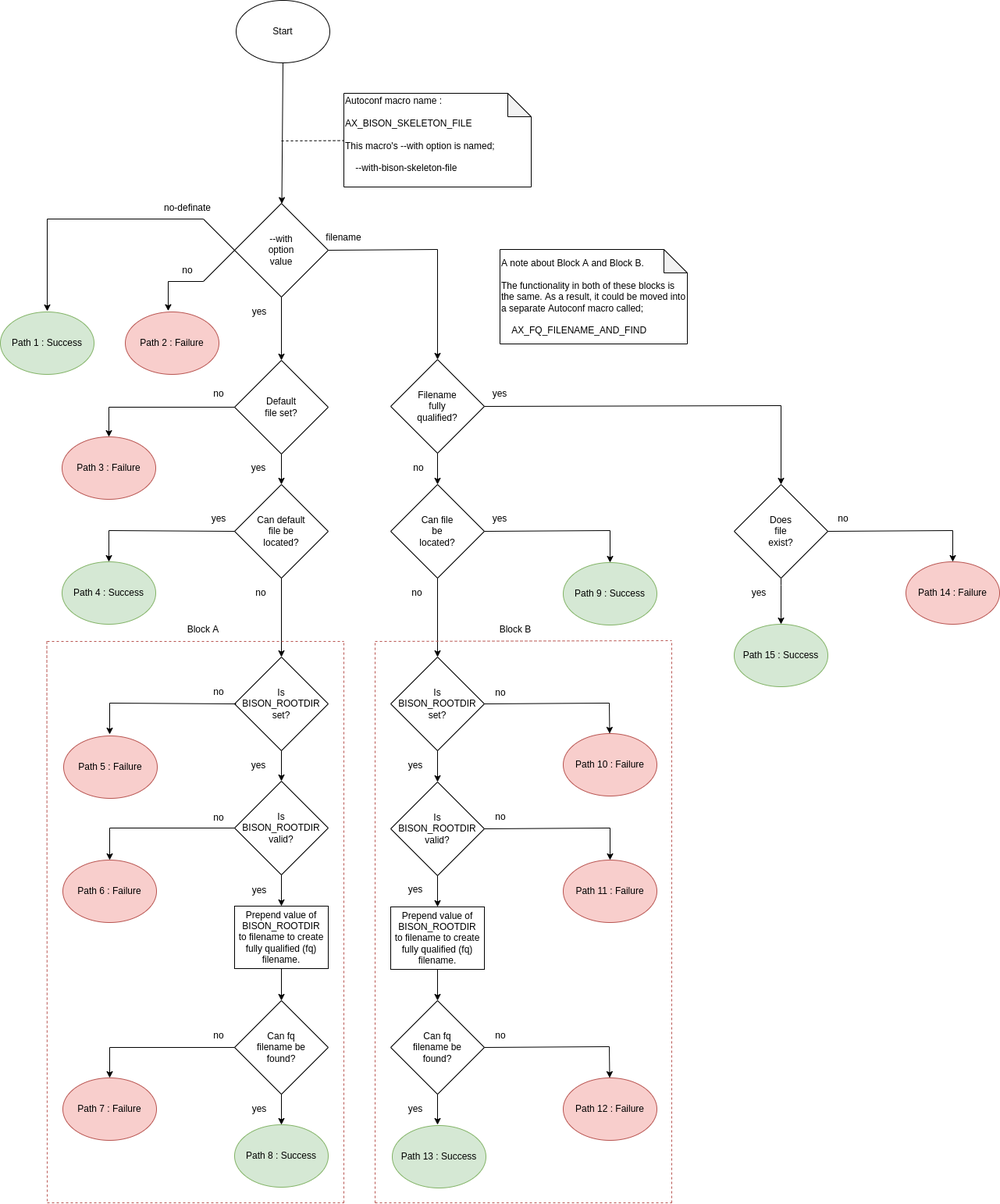
The draw.io diagram images/flowchart.png in c-sanders/AutoconfMacro-BisonSkeleton, before a commit. Source tidied: cells renumbered, new cells last; positions are measured from the earlier drawing's top-left corner, leaving out a move shared by most shapes.
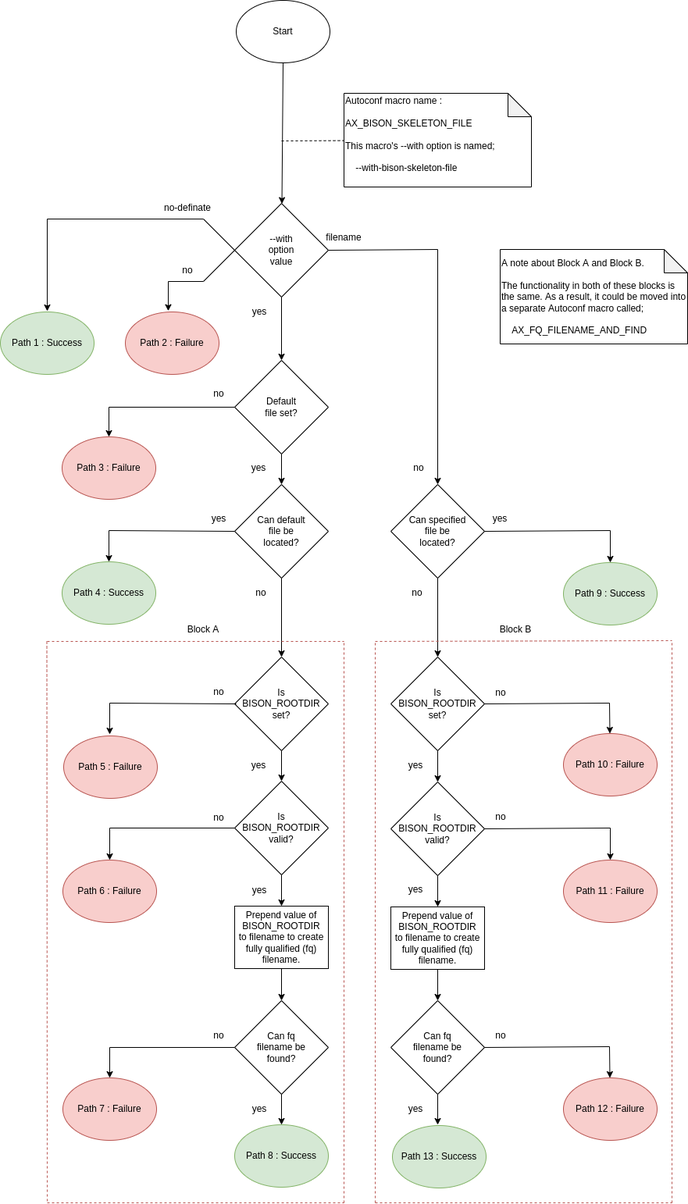
Later version of the same file.

What changed in the source:
```diff
@@ -119,55 +119,19 @@
     <mxCell id="32" value="yes" style="text;html=1;strokeColor=none;fillColor=none;align=center;verticalAlign=middle;whiteSpace=wrap;rounded=0;" parent="1" vertex="1">
       <mxGeometry x="301" y="584" width="60" height="30" as="geometry" />
     </mxCell>
-    <mxCell id="33" value="Filename&lt;br&gt;fully&lt;br&gt;qualified?" style="rhombus;whiteSpace=wrap;html=1;" parent="1" vertex="1">
-      <mxGeometry x="500" y="460" width="120" height="120" as="geometry" />
-    </mxCell>
-    <mxCell id="34" style="endArrow=classic;html=1;rounded=0;exitX=1;exitY=0.5;exitDx=0;exitDy=0;entryX=0.5;entryY=0;entryDx=0;entryDy=0;" parent="1" edge="1" source="2" target="33">
+    <mxCell id="34" style="endArrow=classic;html=1;rounded=0;exitX=1;exitY=0.5;exitDx=0;exitDy=0;entryX=0.5;entryY=0;entryDx=0;entryDy=0;" parent="1" edge="1" source="2" target="42">
       <mxGeometry relative="1" as="geometry">
         <Array as="points">
           <mxPoint x="560" y="319" />
         </Array>
       </mxGeometry>
     </mxCell>
-    <mxCell id="35" value="Does&lt;br&gt;file&lt;br&gt;exist?" style="rhombus;whiteSpace=wrap;html=1;" parent="1" vertex="1">
-      <mxGeometry x="940" y="620" width="120" height="120" as="geometry" />
-    </mxCell>
-    <mxCell id="36" value="Path 14 : Failure" style="ellipse;whiteSpace=wrap;html=1;fillColor=#f8cecc;strokeColor=#b85450;" parent="1" vertex="1">
-      <mxGeometry x="1160" y="719" width="120" height="80" as="geometry" />
-    </mxCell>
-    <mxCell id="37" value="Path 15 : Success" style="ellipse;whiteSpace=wrap;html=1;fillColor=#d5e8d4;strokeColor=#82b366;" parent="1" vertex="1">
-      <mxGeometry x="940" y="799" width="120" height="80" as="geometry" />
-    </mxCell>
-    <mxCell id="38" style="endArrow=classic;html=1;rounded=0;exitX=0.5;exitY=1;exitDx=0;exitDy=0;" parent="1" edge="1" source="35" target="37">
-      <mxGeometry relative="1" as="geometry">
-        <Array as="points">
-          <mxPoint x="1000" y="749" />
-        </Array>
-      </mxGeometry>
-    </mxCell>
-    <mxCell id="39" style="endArrow=classic;html=1;rounded=0;exitX=1;exitY=0.5;exitDx=0;exitDy=0;" parent="1" edge="1" source="35" target="36">
-      <mxGeometry relative="1" as="geometry">
-        <Array as="points">
-          <mxPoint x="1220" y="679" />
-        </Array>
-      </mxGeometry>
-    </mxCell>
-    <mxCell id="40" style="endArrow=classic;html=1;rounded=0;exitX=1;exitY=0.5;exitDx=0;exitDy=0;entryX=0.5;entryY=0;entryDx=0;entryDy=0;" parent="1" edge="1" source="33" target="35">
-      <mxGeometry relative="1" as="geometry">
-        <Array as="points">
-          <mxPoint x="1000" y="519" />
-        </Array>
-      </mxGeometry>
-    </mxCell>
     <mxCell id="41" value="no" style="text;html=1;strokeColor=none;fillColor=none;align=center;verticalAlign=middle;whiteSpace=wrap;rounded=0;" parent="1" vertex="1">
       <mxGeometry x="506" y="584" width="60" height="30" as="geometry" />
     </mxCell>
-    <mxCell id="42" value="Can file&lt;br&gt;be&lt;br&gt;located?" style="rhombus;whiteSpace=wrap;html=1;" parent="1" vertex="1">
+    <mxCell id="42" value="Can specified&lt;br&gt;file be&lt;br&gt;located?" style="rhombus;whiteSpace=wrap;html=1;" parent="1" vertex="1">
       <mxGeometry x="500" y="620" width="120" height="120" as="geometry" />
     </mxCell>
-    <mxCell id="43" style="endArrow=classic;html=1;rounded=0;exitX=0.5;exitY=1;exitDx=0;exitDy=0;entryX=0.5;entryY=0;entryDx=0;entryDy=0;" parent="1" edge="1" source="33" target="42">
-      <mxGeometry relative="1" as="geometry" />
-    </mxCell>
     <mxCell id="44" value="Path 9 : Success" style="ellipse;whiteSpace=wrap;html=1;fillColor=#d5e8d4;strokeColor=#82b366;" parent="1" vertex="1">
       <mxGeometry x="721" y="720" width="120" height="80" as="geometry" />
     </mxCell>
@@ -240,9 +204,6 @@
     <mxCell id="61" value="filename" style="text;html=1;strokeColor=none;fillColor=none;align=center;verticalAlign=middle;whiteSpace=wrap;rounded=0;" parent="1" vertex="1">
       <mxGeometry x="410" y="289" width="60" height="30" as="geometry" />
     </mxCell>
-    <mxCell id="62" value="yes" style="text;html=1;strokeColor=none;fillColor=none;align=center;verticalAlign=middle;whiteSpace=wrap;rounded=0;" parent="1" vertex="1">
-      <mxGeometry x="610" y="489" width="60" height="30" as="geometry" />
-    </mxCell>
     <mxCell id="63" value="no" style="text;html=1;strokeColor=none;fillColor=none;align=center;verticalAlign=middle;whiteSpace=wrap;rounded=0;" parent="1" vertex="1">
       <mxGeometry x="611" y="872" width="60" height="30" as="geometry" />
     </mxCell>
@@ -270,12 +231,6 @@
     <mxCell id="71" value="no" style="text;html=1;strokeColor=none;fillColor=none;align=center;verticalAlign=middle;whiteSpace=wrap;rounded=0;" parent="1" vertex="1">
       <mxGeometry x="250" y="1311" width="60" height="30" as="geometry" />
     </mxCell>
-    <mxCell id="72" value="no" style="text;html=1;strokeColor=none;fillColor=none;align=center;verticalAlign=middle;whiteSpace=wrap;rounded=0;" parent="1" vertex="1">
-      <mxGeometry x="1050" y="649" width="60" height="30" as="geometry" />
-    </mxCell>
-    <mxCell id="73" value="yes" style="text;html=1;strokeColor=none;fillColor=none;align=center;verticalAlign=middle;whiteSpace=wrap;rounded=0;" parent="1" vertex="1">
-      <mxGeometry x="942" y="744" width="60" height="30" as="geometry" />
-    </mxCell>
     <mxCell id="74" value="no" style="text;html=1;strokeColor=none;fillColor=none;align=center;verticalAlign=middle;whiteSpace=wrap;rounded=0;" parent="1" vertex="1">
       <mxGeometry x="611" y="1311" width="60" height="30" as="geometry" />
     </mxCell>
```
